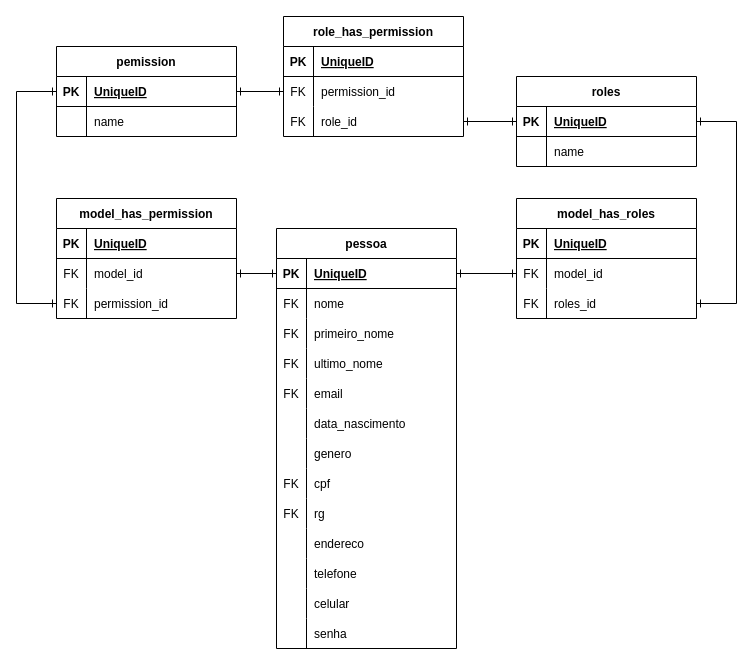
This is diagrama/Diagrama_db_tabelas_permissions.drawio from Noboruotao/escola-sugestao-backend, a draw.io file, before an edit. Source tidied: cells renumbered, new cells numbered last; positions are measured from the earlier drawing's top-left corner, leaving out a move shared by most shapes. Both pictures are drawn from the tidied source at 100%, with x=0, y=0 at pixel (16, 16).
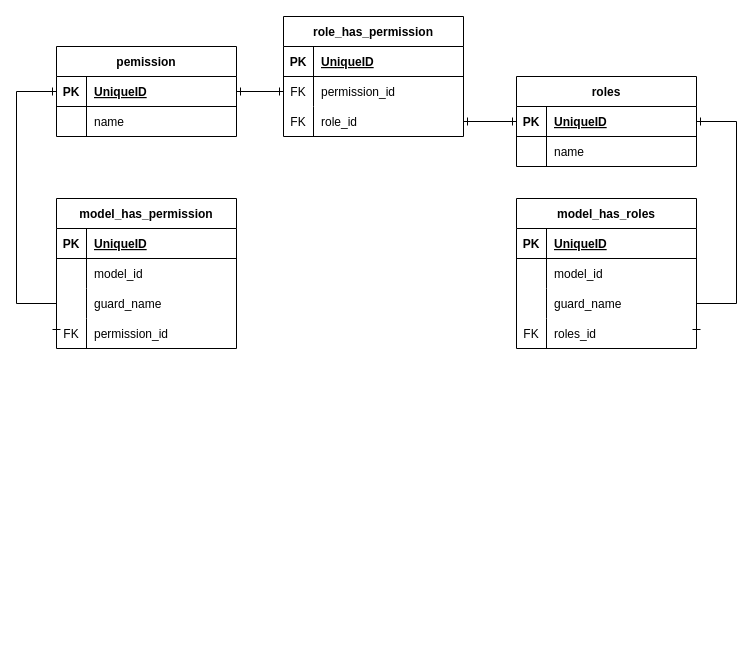
The same page after the edit.

Unchanged cells that the change refers to:
```xml
<mxCell id="46" style="shape=tableRow;horizontal=0;startSize=0;swimlaneHead=0;swimlaneBody=0;fillColor=none;points=[[0,0.5],[1,0.5]];portConstraint=eastwest;top=0;left=0;right=0;bottom=0;" parent="42" vertex="1">
  <mxGeometry y="60" width="180" height="30" as="geometry" />
</mxCell>
<mxCell id="56" style="shape=tableRow;horizontal=0;startSize=0;swimlaneHead=0;swimlaneBody=0;fillColor=none;points=[[0,0.5],[1,0.5]];portConstraint=eastwest;top=0;left=0;right=0;bottom=0;" parent="52" vertex="1">
  <mxGeometry y="60" width="180" height="30" as="geometry" />
</mxCell>
```

What changed in the source:
```diff
@@
-    <mxCell id="2" value="pessoa" style="shape=table;startSize=30;childLayout=tableLayout;rowLines=0;fontStyle=1;align=center;" parent="1" vertex="1">
-      <mxGeometry x="260" y="212" width="180" height="420" as="geometry" />
-    </mxCell>
-    <mxCell id="3" style="shape=tableRow;horizontal=0;startSize=0;swimlaneHead=0;swimlaneBody=0;fillColor=none;points=[[0,0.5],[1,0.5]];portConstraint=eastwest;top=0;left=0;right=0;bottom=1;" parent="2" vertex="1">
-      <mxGeometry y="30" width="180" height="30" as="geometry" />
-    </mxCell>
-    <mxCell id="4" value="PK" style="shape=partialRectangle;fillColor=none;top=0;left=0;bottom=0;right=0;fontStyle=1;overflow=hidden;" parent="3" vertex="1">
-      <mxGeometry width="30" height="30" as="geometry" />
-    </mxCell>
-    <mxCell id="5" value="UniqueID" style="shape=partialRectangle;fillColor=none;top=0;left=0;bottom=0;right=0;align=left;spacingLeft=6;fontStyle=5;overflow=hidden;" parent="3" vertex="1">
-      <mxGeometry x="30" width="150" height="30" as="geometry" />
-    </mxCell>
-    <mxCell id="6" style="shape=tableRow;horizontal=0;startSize=0;swimlaneHead=0;swimlaneBody=0;fillColor=none;top=0;left=0;right=0;bottom=0;" parent="2" vertex="1">
-      <mxGeometry y="60" width="180" height="30" as="geometry" />
-    </mxCell>
-    <mxCell id="7" value="FK" style="shape=partialRectangle;fillColor=none;top=0;left=0;bottom=0;right=0;overflow=hidden;" parent="6" vertex="1">
-      <mxGeometry width="30" height="30" as="geometry" />
-    </mxCell>
-    <mxCell id="8" value="nome" style="shape=partialRectangle;fillColor=none;top=0;left=0;bottom=0;right=0;align=left;spacingLeft=6;overflow=hidden;" parent="6" vertex="1">
-      <mxGeometry x="30" width="150" height="30" as="geometry" />
-    </mxCell>
-    <mxCell id="9" style="shape=tableRow;horizontal=0;startSize=0;swimlaneHead=0;swimlaneBody=0;fillColor=none;top=0;left=0;right=0;bottom=0;" parent="2" vertex="1">
-      <mxGeometry y="90" width="180" height="30" as="geometry" />
-    </mxCell>
-    <mxCell id="10" value="FK" style="shape=partialRectangle;fillColor=none;top=0;left=0;bottom=0;right=0;overflow=hidden;" parent="9" vertex="1">
-      <mxGeometry width="30" height="30" as="geometry" />
-    </mxCell>
-    <mxCell id="11" value="primeiro_nome" style="shape=partialRectangle;fillColor=none;top=0;left=0;bottom=0;right=0;align=left;spacingLeft=6;overflow=hidden;" parent="9" vertex="1">
-      <mxGeometry x="30" width="150" height="30" as="geometry" />
-    </mxCell>
-    <mxCell id="12" style="shape=tableRow;horizontal=0;startSize=0;swimlaneHead=0;swimlaneBody=0;fillColor=none;top=0;left=0;right=0;bottom=0;" parent="2" vertex="1">
-      <mxGeometry y="120" width="180" height="30" as="geometry" />
-    </mxCell>
-    <mxCell id="13" value="FK" style="shape=partialRectangle;fillColor=none;top=0;left=0;bottom=0;right=0;overflow=hidden;" parent="12" vertex="1">
-      <mxGeometry width="30" height="30" as="geometry" />
-    </mxCell>
-    <mxCell id="14" value="ultimo_nome" style="shape=partialRectangle;fillColor=none;top=0;left=0;bottom=0;right=0;align=left;spacingLeft=6;overflow=hidden;" parent="12" vertex="1">
-      <mxGeometry x="30" width="150" height="30" as="geometry" />
-    </mxCell>
-    <mxCell id="15" style="shape=tableRow;horizontal=0;startSize=0;swimlaneHead=0;swimlaneBody=0;fillColor=none;top=0;left=0;right=0;bottom=0;" parent="2" vertex="1">
-      <mxGeometry y="150" width="180" height="30" as="geometry" />
-    </mxCell>
-    <mxCell id="16" value="FK" style="shape=partialRectangle;fillColor=none;top=0;left=0;bottom=0;right=0;overflow=hidden;" parent="15" vertex="1">
-      <mxGeometry width="30" height="30" as="geometry" />
-    </mxCell>
-    <mxCell id="17" value="email" style="shape=partialRectangle;fillColor=none;top=0;left=0;bottom=0;right=0;align=left;spacingLeft=6;overflow=hidden;" parent="15" vertex="1">
-      <mxGeometry x="30" width="150" height="30" as="geometry" />
-    </mxCell>
-    <mxCell id="18" style="shape=tableRow;horizontal=0;startSize=0;swimlaneHead=0;swimlaneBody=0;fillColor=none;top=0;left=0;right=0;bottom=0;" parent="2" vertex="1">
-      <mxGeometry y="180" width="180" height="30" as="geometry" />
-    </mxCell>
-    <mxCell id="19" style="shape=partialRectangle;fillColor=none;top=0;left=0;bottom=0;right=0;overflow=hidden;" parent="18" vertex="1">
-      <mxGeometry width="30" height="30" as="geometry" />
-    </mxCell>
-    <mxCell id="20" value="data_nascimento" style="shape=partialRectangle;fillColor=none;top=0;left=0;bottom=0;right=0;align=left;spacingLeft=6;overflow=hidden;" parent="18" vertex="1">
-      <mxGeometry x="30" width="150" height="30" as="geometry" />
-    </mxCell>
-    <mxCell id="21" style="shape=tableRow;horizontal=0;startSize=0;swimlaneHead=0;swimlaneBody=0;fillColor=none;top=0;left=0;right=0;bottom=0;" parent="2" vertex="1">
-      <mxGeometry y="210" width="180" height="30" as="geometry" />
-    </mxCell>
-    <mxCell id="22" style="shape=partialRectangle;fillColor=none;top=0;left=0;bottom=0;right=0;overflow=hidden;" parent="21" vertex="1">
-      <mxGeometry width="30" height="30" as="geometry" />
-    </mxCell>
-    <mxCell id="23" value="genero" style="shape=partialRectangle;fillColor=none;top=0;left=0;bottom=0;right=0;align=left;spacingLeft=6;overflow=hidden;" parent="21" vertex="1">
-      <mxGeometry x="30" width="150" height="30" as="geometry" />
-    </mxCell>
-    <mxCell id="24" style="shape=tableRow;horizontal=0;startSize=0;swimlaneHead=0;swimlaneBody=0;fillColor=none;top=0;left=0;right=0;bottom=0;" parent="2" vertex="1">
-      <mxGeometry y="240" width="180" height="30" as="geometry" />
-    </mxCell>
-    <mxCell id="25" value="FK" style="shape=partialRectangle;fillColor=none;top=0;left=0;bottom=0;right=0;overflow=hidden;" parent="24" vertex="1">
-      <mxGeometry width="30" height="30" as="geometry" />
-    </mxCell>
-    <mxCell id="26" value="cpf" style="shape=partialRectangle;fillColor=none;top=0;left=0;bottom=0;right=0;align=left;spacingLeft=6;overflow=hidden;" parent="24" vertex="1">
-      <mxGeometry x="30" width="150" height="30" as="geometry" />
-    </mxCell>
-    <mxCell id="27" style="shape=tableRow;horizontal=0;startSize=0;swimlaneHead=0;swimlaneBody=0;fillColor=none;top=0;left=0;right=0;bottom=0;" parent="2" vertex="1">
-      <mxGeometry y="270" width="180" height="30" as="geometry" />
-    </mxCell>
-    <mxCell id="28" value="FK" style="shape=partialRectangle;fillColor=none;top=0;left=0;bottom=0;right=0;overflow=hidden;" parent="27" vertex="1">
-      <mxGeometry width="30" height="30" as="geometry" />
-    </mxCell>
-    <mxCell id="29" value="rg" style="shape=partialRectangle;fillColor=none;top=0;left=0;bottom=0;right=0;align=left;spacingLeft=6;overflow=hidden;" parent="27" vertex="1">
-      <mxGeometry x="30" width="150" height="30" as="geometry" />
-    </mxCell>
-    <mxCell id="30" style="shape=tableRow;horizontal=0;startSize=0;swimlaneHead=0;swimlaneBody=0;fillColor=none;top=0;left=0;right=0;bottom=0;" parent="2" vertex="1">
-      <mxGeometry y="300" width="180" height="30" as="geometry" />
-    </mxCell>
-    <mxCell id="31" style="shape=partialRectangle;fillColor=none;top=0;left=0;bottom=0;right=0;overflow=hidden;" parent="30" vertex="1">
-      <mxGeometry width="30" height="30" as="geometry" />
-    </mxCell>
-    <mxCell id="32" value="endereco" style="shape=partialRectangle;fillColor=none;top=0;left=0;bottom=0;right=0;align=left;spacingLeft=6;overflow=hidden;" parent="30" vertex="1">
-      <mxGeometry x="30" width="150" height="30" as="geometry" />
-    </mxCell>
-    <mxCell id="33" style="shape=tableRow;horizontal=0;startSize=0;swimlaneHead=0;swimlaneBody=0;fillColor=none;top=0;left=0;right=0;bottom=0;" parent="2" vertex="1">
-      <mxGeometry y="330" width="180" height="30" as="geometry" />
-    </mxCell>
-    <mxCell id="34" style="shape=partialRectangle;fillColor=none;top=0;left=0;bottom=0;right=0;overflow=hidden;" parent="33" vertex="1">
-      <mxGeometry width="30" height="30" as="geometry" />
-    </mxCell>
-    <mxCell id="35" value="telefone" style="shape=partialRectangle;fillColor=none;top=0;left=0;bottom=0;right=0;align=left;spacingLeft=6;overflow=hidden;" parent="33" vertex="1">
-      <mxGeometry x="30" width="150" height="30" as="geometry" />
-    </mxCell>
-    <mxCell id="36" style="shape=tableRow;horizontal=0;startSize=0;swimlaneHead=0;swimlaneBody=0;fillColor=none;top=0;left=0;right=0;bottom=0;" parent="2" vertex="1">
-      <mxGeometry y="360" width="180" height="30" as="geometry" />
-    </mxCell>
-    <mxCell id="37" style="shape=partialRectangle;fillColor=none;top=0;left=0;bottom=0;right=0;overflow=hidden;" parent="36" vertex="1">
-      <mxGeometry width="30" height="30" as="geometry" />
-    </mxCell>
-    <mxCell id="38" value="celular" style="shape=partialRectangle;fillColor=none;top=0;left=0;bottom=0;right=0;align=left;spacingLeft=6;overflow=hidden;" parent="36" vertex="1">
-      <mxGeometry x="30" width="150" height="30" as="geometry" />
-    </mxCell>
-    <mxCell id="39" style="shape=tableRow;horizontal=0;startSize=0;swimlaneHead=0;swimlaneBody=0;fillColor=none;top=0;left=0;right=0;bottom=0;" parent="2" vertex="1">
-      <mxGeometry y="390" width="180" height="30" as="geometry" />
-    </mxCell>
-    <mxCell id="40" style="shape=partialRectangle;fillColor=none;top=0;left=0;bottom=0;right=0;overflow=hidden;" parent="39" vertex="1">
-      <mxGeometry width="30" height="30" as="geometry" />
-    </mxCell>
-    <mxCell id="41" value="senha" style="shape=partialRectangle;fillColor=none;top=0;left=0;bottom=0;right=0;align=left;spacingLeft=6;overflow=hidden;" parent="39" vertex="1">
-      <mxGeometry x="30" width="150" height="30" as="geometry" />
-    </mxCell>
     <mxCell id="42" value="model_has_permission" style="shape=table;startSize=30;childLayout=tableLayout;rowLines=0;fontStyle=1;align=center;" parent="1" vertex="1">
-      <mxGeometry x="40" y="182" width="180" height="120" as="geometry" />
+      <mxGeometry x="40" y="182" width="180" height="150" as="geometry" />
     </mxCell>
@@
-    <mxCell id="47" value="FK" style="shape=partialRectangle;fillColor=none;top=0;left=0;bottom=0;right=0;overflow=hidden;" parent="46" vertex="1">
+    <mxCell id="47" style="shape=partialRectangle;fillColor=none;top=0;left=0;bottom=0;right=0;overflow=hidden;" parent="46" vertex="1">
       <mxGeometry width="30" height="30" as="geometry" />
     </mxCell>
@@
+    <mxCell id="92" style="shape=tableRow;horizontal=0;startSize=0;swimlaneHead=0;swimlaneBody=0;fillColor=none;top=0;left=0;right=0;bottom=0;" parent="42" vertex="1">
+      <mxGeometry y="90" width="180" height="30" as="geometry" />
+    </mxCell>
+    <mxCell id="93" style="shape=partialRectangle;fillColor=none;top=0;left=0;bottom=0;right=0;overflow=hidden;" parent="92" vertex="1">
+      <mxGeometry width="30" height="30" as="geometry" />
+    </mxCell>
+    <mxCell id="94" value="guard_name" style="shape=partialRectangle;fillColor=none;top=0;left=0;bottom=0;right=0;align=left;spacingLeft=6;overflow=hidden;" parent="92" vertex="1">
+      <mxGeometry x="30" width="150" height="30" as="geometry" />
+    </mxCell>
     <mxCell id="49" style="shape=tableRow;horizontal=0;startSize=0;swimlaneHead=0;swimlaneBody=0;fillColor=none;points=[[0,0.5],[1,0.5]];portConstraint=eastwest;top=0;left=0;right=0;bottom=0;" parent="42" vertex="1">
-      <mxGeometry y="90" width="180" height="30" as="geometry" />
+      <mxGeometry y="120" width="180" height="30" as="geometry" />
     </mxCell>
@@
     <mxCell id="52" value="model_has_roles" style="shape=table;startSize=30;childLayout=tableLayout;rowLines=0;fontStyle=1;align=center;" parent="1" vertex="1">
-      <mxGeometry x="500" y="182" width="180" height="120" as="geometry" />
+      <mxGeometry x="500" y="182" width="180" height="150" as="geometry" />
     </mxCell>
@@
-    <mxCell id="57" value="FK" style="shape=partialRectangle;fillColor=none;top=0;left=0;bottom=0;right=0;overflow=hidden;" parent="56" vertex="1">
+    <mxCell id="57" style="shape=partialRectangle;fillColor=none;top=0;left=0;bottom=0;right=0;overflow=hidden;" parent="56" vertex="1">
       <mxGeometry width="30" height="30" as="geometry" />
     </mxCell>
@@
+    <mxCell id="95" style="shape=tableRow;horizontal=0;startSize=0;swimlaneHead=0;swimlaneBody=0;fillColor=none;top=0;left=0;right=0;bottom=0;" parent="52" vertex="1">
+      <mxGeometry y="90" width="180" height="30" as="geometry" />
+    </mxCell>
+    <mxCell id="96" style="shape=partialRectangle;fillColor=none;top=0;left=0;bottom=0;right=0;overflow=hidden;" parent="95" vertex="1">
+      <mxGeometry width="30" height="30" as="geometry" />
+    </mxCell>
+    <mxCell id="97" value="guard_name" style="shape=partialRectangle;fillColor=none;top=0;left=0;bottom=0;right=0;align=left;spacingLeft=6;overflow=hidden;" parent="95" vertex="1">
+      <mxGeometry x="30" width="150" height="30" as="geometry" />
+    </mxCell>
     <mxCell id="59" style="shape=tableRow;horizontal=0;startSize=0;swimlaneHead=0;swimlaneBody=0;fillColor=none;points=[[0,0.5],[1,0.5]];portConstraint=eastwest;top=0;left=0;right=0;bottom=0;" parent="52" vertex="1">
-      <mxGeometry y="90" width="180" height="30" as="geometry" />
+      <mxGeometry y="120" width="180" height="30" as="geometry" />
     </mxCell>
@@
-    <mxCell id="86" style="edgeStyle=orthogonalEdgeStyle;rounded=0;jettySize=auto;html=1;entryX=0;entryY=0.5;entryDx=0;entryDy=0;startArrow=ERone;startFill=0;endArrow=ERone;endFill=0;" parent="1" edge="1" source="3" target="56">
-      <mxGeometry relative="1" as="geometry" />
-    </mxCell>
-    <mxCell id="87" style="edgeStyle=orthogonalEdgeStyle;rounded=0;jettySize=auto;html=1;entryX=1;entryY=0.5;entryDx=0;entryDy=0;startArrow=ERone;startFill=0;endArrow=ERone;endFill=0;" parent="1" edge="1" source="3" target="46">
-      <mxGeometry relative="1" as="geometry" />
-    </mxCell>
```
